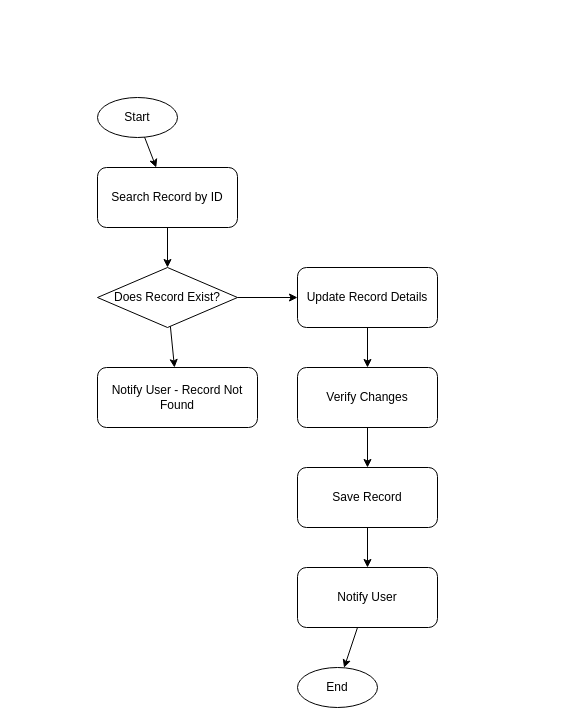
This is flowchart3.drawio from brabentil/database_diagrams, a draw.io file, before an edit. Source tidied: cells renumbered, new cells numbered last; positions are measured from the earlier drawing's top-left corner, leaving out a move shared by most shapes. Both pictures are drawn from the tidied source at 100%, with x=0, y=0 at pixel (97, 97).
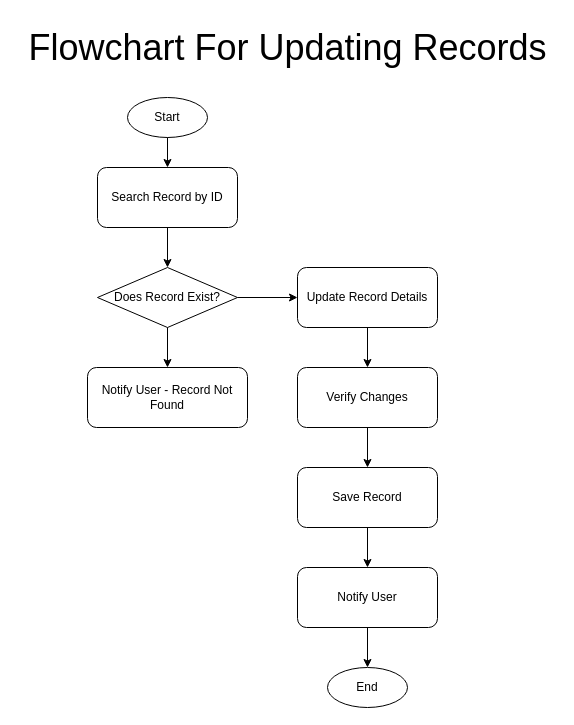
The same diagram, later.

What changed in the source:
```diff
@@
 <mxGraphModel>
   <root>
     <mxCell id="0" />
     <mxCell id="1" parent="0" />
     <mxCell id="2" value="Start" style="ellipse;whiteSpace=wrap;html=1;" parent="1" vertex="1">
-      <mxGeometry width="80" height="40" as="geometry" />
+      <mxGeometry x="30" width="80" height="40" as="geometry" />
     </mxCell>
     <mxCell id="3" value="Search Record by ID" style="rounded=1;whiteSpace=wrap;html=1;" parent="1" vertex="1">
       <mxGeometry y="70" width="140" height="60" as="geometry" />
     </mxCell>
     <mxCell id="4" value="Does Record Exist?" style="rhombus;whiteSpace=wrap;html=1;" parent="1" vertex="1">
       <mxGeometry y="170" width="140" height="60" as="geometry" />
     </mxCell>
     <mxCell id="5" value="Update Record Details" style="rounded=1;whiteSpace=wrap;html=1;" parent="1" vertex="1">
       <mxGeometry x="200" y="170" width="140" height="60" as="geometry" />
     </mxCell>
     <mxCell id="6" value="Verify Changes" style="rounded=1;whiteSpace=wrap;html=1;" parent="1" vertex="1">
       <mxGeometry x="200" y="270" width="140" height="60" as="geometry" />
     </mxCell>
     <mxCell id="7" value="Save Record" style="rounded=1;whiteSpace=wrap;html=1;" parent="1" vertex="1">
       <mxGeometry x="200" y="370" width="140" height="60" as="geometry" />
     </mxCell>
     <mxCell id="8" value="Notify User" style="rounded=1;whiteSpace=wrap;html=1;" parent="1" vertex="1">
       <mxGeometry x="200" y="470" width="140" height="60" as="geometry" />
     </mxCell>
     <mxCell id="9" value="End" style="ellipse;whiteSpace=wrap;html=1;" parent="1" vertex="1">
-      <mxGeometry x="200" y="570" width="80" height="40" as="geometry" />
+      <mxGeometry x="230" y="570" width="80" height="40" as="geometry" />
     </mxCell>
     <mxCell id="10" value="Notify User - Record Not Found" style="rounded=1;whiteSpace=wrap;html=1;" parent="1" vertex="1">
-      <mxGeometry y="270" width="160" height="60" as="geometry" />
+      <mxGeometry x="-10" y="270" width="160" height="60" as="geometry" />
     </mxCell>
     <mxCell id="11" parent="1" edge="1" source="2" target="3">
       <mxGeometry relative="1" as="geometry" />
     </mxCell>
     <mxCell id="12" parent="1" edge="1" source="3" target="4">
       <mxGeometry relative="1" as="geometry" />
     </mxCell>
     <mxCell id="13" parent="1" edge="1" source="4" target="5">
       <mxGeometry relative="1" as="geometry" />
     </mxCell>
     <mxCell id="14" parent="1" edge="1" source="5" target="6">
       <mxGeometry relative="1" as="geometry" />
     </mxCell>
     <mxCell id="15" parent="1" edge="1" source="6" target="7">
       <mxGeometry relative="1" as="geometry" />
     </mxCell>
     <mxCell id="16" parent="1" edge="1" source="7" target="8">
       <mxGeometry relative="1" as="geometry" />
     </mxCell>
     <mxCell id="17" parent="1" edge="1" source="8" target="9">
       <mxGeometry relative="1" as="geometry" />
     </mxCell>
     <mxCell id="18" parent="1" edge="1" source="4" target="10">
       <mxGeometry relative="1" as="geometry" />
     </mxCell>
+    <mxCell id="19" value="&lt;font style=&quot;font-size: 36px;&quot;&gt;Flowchart For Updating Records&lt;/font&gt;" style="text;html=1;align=center;verticalAlign=middle;strokeColor=none;fillColor=none;" parent="1" vertex="1">
+      <mxGeometry x="-80" y="-80" width="540" height="60" as="geometry" />
+    </mxCell>
   </root>
 </mxGraphModel>
```
